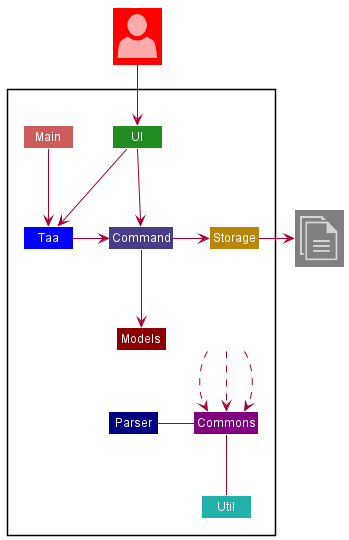
The PlantUML diagram docs/diagrams/ArchitectureDiagram.png in nus-cs2113-AY2122S1/tp, before a commit.
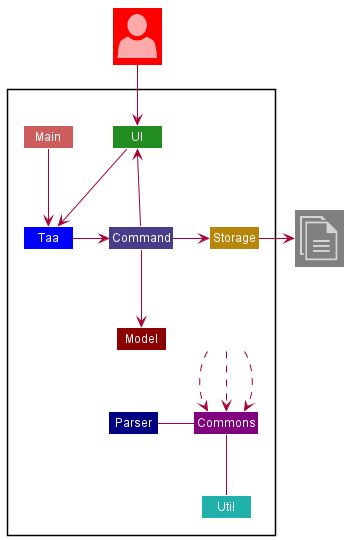
Above is the later version.

Commit message:
Add sequence diagram for architecture and change arrow direction for architecture diagram

Change to the diagram source:
```diff
@@ -24,7 +24,7 @@
     Class Storage #DarkGoldenRod
     Class Main #IndianRed
     Class Command #DarkSlateBlue
-    Class Models #DarkRed
+    Class Model #DarkRed
     Class Commons #Purple
     Class Dummy #White
     Class Parser #Navy
@@ -36,10 +36,10 @@
 Main -down-> Taa
 UI -> Taa
 Taa -> Command
-UI -down-> Command
+Command -up-> UI
 Command -right-> Storage
-Command -down-> Models
-Models -right[hidden]- Dummy
+Command -down-> Model
+Model -right[hidden]- Dummy
 Dummy .down.> Commons
 Dummy .down.> Commons
 Dummy .down.> Commons
```
